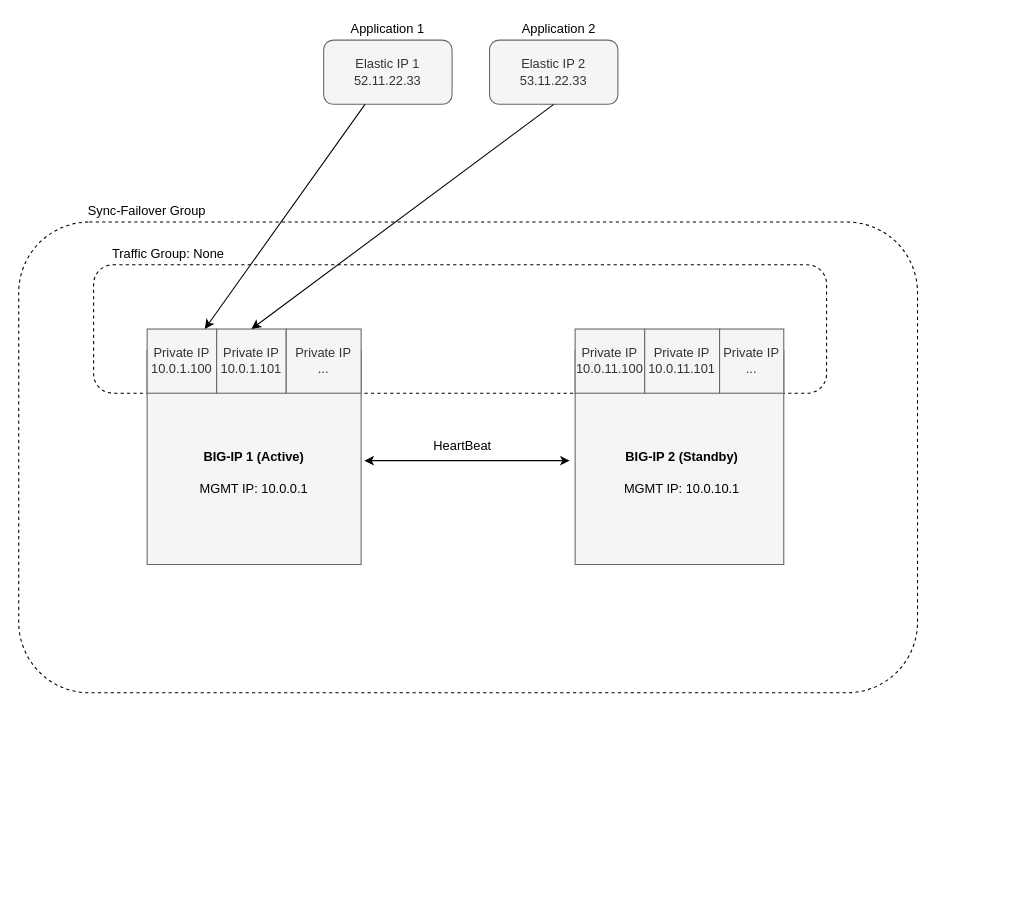
Before: contributing/images/src/GoogleFailoverExtensionHighLevelBefore.drawio.xml in F5Networks/f5-cloud-failover-extension, a draw.io diagram. Source tidied: cells renumbered, new cells numbered last; positions are measured from the earlier drawing's top-left corner, leaving out a move shared by most shapes. Both pictures are drawn from the tidied source at 107%, with x=0, y=0 at pixel (18, 18).
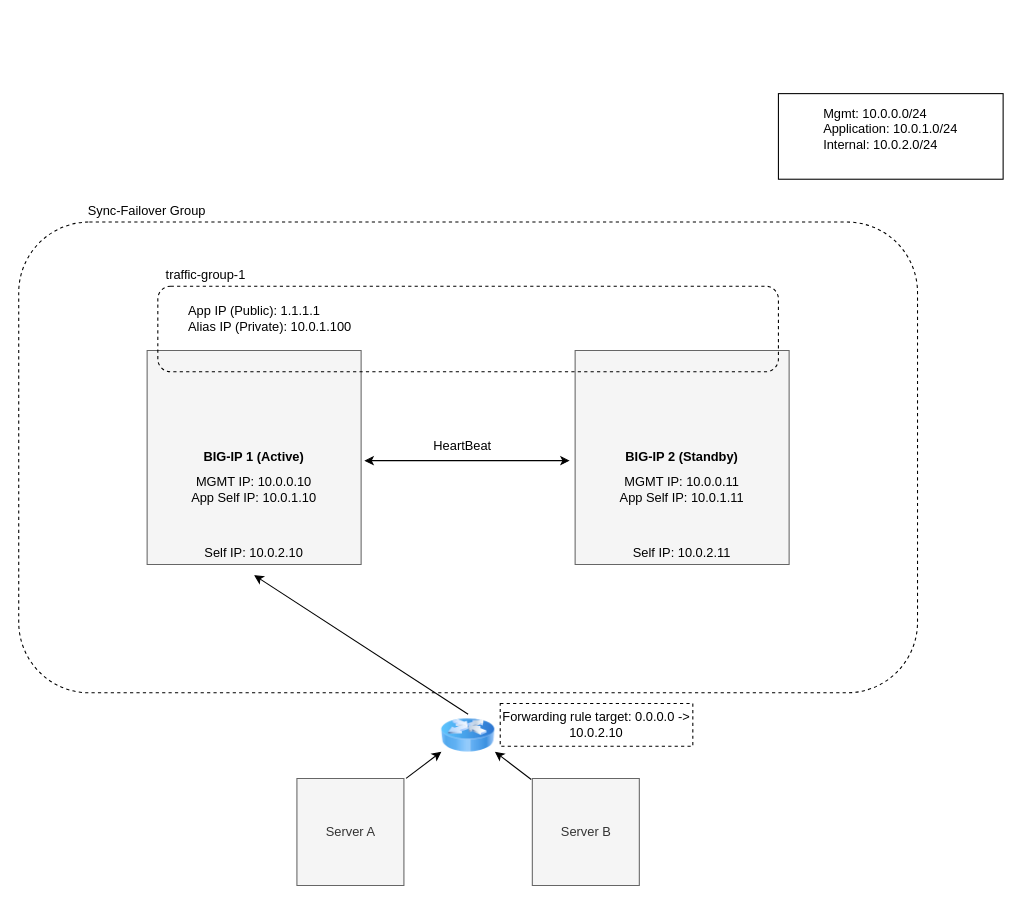
After the change.

Change to the diagram source:
```diff
@@
-    <mxCell id="2" style="rounded=1;whiteSpace=wrap;html=1;dashed=1;fillColor=none;" parent="1" vertex="1">
-      <mxGeometry x="70" y="230" width="685" height="120" as="geometry" />
-    </mxCell>
-    <mxCell id="3" style="rounded=1;whiteSpace=wrap;html=1;dashed=1;fillColor=none;" parent="1" vertex="1">
-      <mxGeometry y="190" width="840" height="440" as="geometry" />
-    </mxCell>
-    <mxCell id="4" style="verticalLabelPosition=bottom;verticalAlign=top;html=1;shape=mxgraph.basic.rect;fillColor=#f5f5f5;fillColor2=none;strokeColor=#666666;strokeWidth=1;size=20;indent=5;fontColor=#333333;" parent="1" vertex="1">
-      <mxGeometry x="120" y="310" width="200" height="200" as="geometry" />
-    </mxCell>
-    <mxCell id="5" style="verticalLabelPosition=bottom;verticalAlign=top;html=1;shape=mxgraph.basic.rect;fillColor=#f5f5f5;fillColor2=none;strokeColor=#666666;strokeWidth=1;size=20;indent=5;fontColor=#333333;" parent="1" vertex="1">
-      <mxGeometry x="520" y="310" width="195" height="200" as="geometry" />
-    </mxCell>
-    <mxCell id="6" style="endArrow=classic;startArrow=classic;html=1;exitX=1.015;exitY=0.515;exitDx=0;exitDy=0;exitPerimeter=0;" parent="1" edge="1" source="4">
-      <mxGeometry relative="1" as="geometry">
-        <mxPoint x="515" y="413" as="targetPoint" />
-      </mxGeometry>
-    </mxCell>
+    <mxCell id="26" style="rounded=1;whiteSpace=wrap;html=1;dashed=1;fillColor=none;" parent="1" vertex="1">
+      <mxGeometry y="190" width="840" height="440" as="geometry" />
+    </mxCell>
+    <mxCell id="27" style="verticalLabelPosition=bottom;verticalAlign=top;html=1;shape=mxgraph.basic.rect;fillColor=#f5f5f5;fillColor2=none;strokeColor=#666666;strokeWidth=1;size=20;indent=5;fontColor=#333333;" parent="1" vertex="1">
+      <mxGeometry x="120" y="310" width="200" height="200" as="geometry" />
+    </mxCell>
+    <mxCell id="28" style="verticalLabelPosition=bottom;verticalAlign=top;html=1;shape=mxgraph.basic.rect;fillColor=#f5f5f5;fillColor2=none;strokeColor=#666666;strokeWidth=1;size=20;indent=5;fontColor=#333333;" parent="1" vertex="1">
+      <mxGeometry x="520" y="310" width="200" height="200" as="geometry" />
+    </mxCell>
+    <mxCell id="29" style="endArrow=classic;startArrow=classic;html=1;exitX=1.015;exitY=0.515;exitDx=0;exitDy=0;exitPerimeter=0;" parent="1" edge="1" source="27">
+      <mxGeometry relative="1" as="geometry">
+        <mxPoint x="515" y="413" as="targetPoint" />
+      </mxGeometry>
+    </mxCell>
@@
+    <mxCell id="30" value="&lt;div style=&quot;text-align: left&quot;&gt;Mgmt: 10.0.0.0/24&lt;/div&gt;&lt;div style=&quot;text-align: left&quot;&gt;Application: 10.0.1.0/24&lt;/div&gt;&lt;div style=&quot;text-align: left&quot;&gt;Internal: 10.0.2.0/24&lt;/div&gt;&lt;br&gt;" style="text;html=1;strokeColor=#000000;fillColor=none;align=center;verticalAlign=middle;whiteSpace=wrap;rounded=0;" parent="1" vertex="1">
+      <mxGeometry x="710" y="70" width="210" height="80" as="geometry" />
+    </mxCell>
@@
-    <mxCell id="9" value="MGMT IP: 10.0.0.1" style="text;html=1;strokeColor=none;fillColor=none;align=center;verticalAlign=middle;whiteSpace=wrap;rounded=0;" parent="1" vertex="1">
-      <mxGeometry x="160" y="420" width="120" height="40" as="geometry" />
-    </mxCell>
-    <mxCell id="10" value="MGMT IP: 10.0.10.1" style="text;html=1;strokeColor=none;fillColor=none;align=center;verticalAlign=middle;whiteSpace=wrap;rounded=0;" parent="1" vertex="1">
-      <mxGeometry x="560" y="420" width="120" height="40" as="geometry" />
-    </mxCell>
+    <mxCell id="31" value="MGMT IP: 10.0.0.10&lt;br&gt;App Self IP: 10.0.1.10&lt;br&gt;" style="text;html=1;strokeColor=none;fillColor=none;align=center;verticalAlign=middle;whiteSpace=wrap;rounded=0;" parent="1" vertex="1">
+      <mxGeometry x="160" y="420" width="120" height="40" as="geometry" />
+    </mxCell>
+    <mxCell id="32" value="MGMT IP: 10.0.0.11&lt;br&gt;App Self IP: 10.0.1.11&lt;br&gt;" style="text;html=1;strokeColor=none;fillColor=none;align=center;verticalAlign=middle;whiteSpace=wrap;rounded=0;" parent="1" vertex="1">
+      <mxGeometry x="560" y="420" width="120" height="40" as="geometry" />
+    </mxCell>
@@
+    <mxCell id="33" value="traffic-group-1" style="text;html=1;strokeColor=none;fillColor=none;align=center;verticalAlign=middle;whiteSpace=wrap;rounded=0;dashed=1;" parent="1" vertex="1">
+      <mxGeometry x="130" y="230" width="90" height="20" as="geometry" />
+    </mxCell>
+    <mxCell id="34" style="rounded=1;whiteSpace=wrap;html=1;strokeColor=#000000;fillColor=none;dashed=1;" parent="1" vertex="1">
+      <mxGeometry x="130" y="250" width="580" height="80" as="geometry" />
+    </mxCell>
+    <mxCell id="35" value="&lt;div style=&quot;text-align: left&quot;&gt;App IP (Public): 1.1.1.1&lt;br&gt;&lt;/div&gt;&lt;div&gt;&lt;div style=&quot;text-align: left&quot;&gt;Alias IP (Private): 10.0.1.100&lt;/div&gt;&lt;/div&gt;" style="text;html=1;strokeColor=none;fillColor=none;align=center;verticalAlign=middle;whiteSpace=wrap;rounded=0;dashed=1;" parent="1" vertex="1">
+      <mxGeometry x="130" y="260" width="210" height="40" as="geometry" />
+    </mxCell>
@@
-    <mxCell id="13" value="Private IP&lt;br&gt;10.0.1.100" style="rounded=0;whiteSpace=wrap;html=1;fillColor=#f5f5f5;strokeColor=#666666;fontColor=#333333;" parent="1" vertex="1">
-      <mxGeometry x="120" y="290" width="65" height="60" as="geometry" />
-    </mxCell>
-    <mxCell id="14" value="Private IP&lt;br&gt;10.0.1.101" style="rounded=0;whiteSpace=wrap;html=1;fillColor=#f5f5f5;strokeColor=#666666;fontColor=#333333;" parent="1" vertex="1">
-      <mxGeometry x="185" y="290" width="65" height="60" as="geometry" />
-    </mxCell>
-    <mxCell id="15" value="Private IP&lt;br&gt;..." style="rounded=0;whiteSpace=wrap;html=1;fillColor=#f5f5f5;strokeColor=#666666;fontColor=#333333;" parent="1" vertex="1">
-      <mxGeometry x="250" y="290" width="70" height="60" as="geometry" />
-    </mxCell>
-    <mxCell id="16" value="Private IP&lt;br&gt;10.0.11.100" style="rounded=0;whiteSpace=wrap;html=1;fillColor=#f5f5f5;strokeColor=#666666;fontColor=#333333;" parent="1" vertex="1">
-      <mxGeometry x="520" y="290" width="65" height="60" as="geometry" />
-    </mxCell>
-    <mxCell id="17" value="Private IP&lt;br&gt;10.0.11.101" style="rounded=0;whiteSpace=wrap;html=1;fillColor=#f5f5f5;strokeColor=#666666;fontColor=#333333;" parent="1" vertex="1">
-      <mxGeometry x="585" y="290" width="70" height="60" as="geometry" />
-    </mxCell>
-    <mxCell id="18" value="Private IP&lt;br&gt;..." style="rounded=0;whiteSpace=wrap;html=1;fillColor=#f5f5f5;strokeColor=#666666;fontColor=#333333;" parent="1" vertex="1">
-      <mxGeometry x="655" y="290" width="60" height="60" as="geometry" />
-    </mxCell>
-    <mxCell id="19" value="Elastic IP 1&lt;br&gt;52.11.22.33" style="rounded=1;whiteSpace=wrap;html=1;fillColor=#f5f5f5;strokeColor=#666666;fontColor=#333333;" parent="1" vertex="1">
-      <mxGeometry x="285" y="20" width="120" height="60" as="geometry" />
-    </mxCell>
-    <mxCell id="20" value="Elastic IP 2&lt;br&gt;53.11.22.33" style="rounded=1;whiteSpace=wrap;html=1;fillColor=#f5f5f5;strokeColor=#666666;fontColor=#333333;" parent="1" vertex="1">
-      <mxGeometry x="440" y="20" width="120" height="60" as="geometry" />
-    </mxCell>
-    <mxCell id="21" style="endArrow=classic;html=1;" parent="1" edge="1" source="19" target="13">
-      <mxGeometry relative="1" as="geometry" />
-    </mxCell>
-    <mxCell id="22" style="endArrow=classic;html=1;exitX=0.5;exitY=1;exitDx=0;exitDy=0;entryX=0.5;entryY=0;entryDx=0;entryDy=0;" parent="1" edge="1" source="20" target="14">
-      <mxGeometry relative="1" as="geometry" />
-    </mxCell>
-    <mxCell id="23" value="Traffic Group: None" style="text;html=1;strokeColor=none;fillColor=none;align=center;verticalAlign=middle;whiteSpace=wrap;rounded=0;dashed=1;" parent="1" vertex="1">
-      <mxGeometry x="45" y="210" width="190" height="20" as="geometry" />
-    </mxCell>
-    <mxCell id="24" value="Application 1" style="text;html=1;strokeColor=none;fillColor=none;align=center;verticalAlign=middle;whiteSpace=wrap;rounded=0;dashed=1;" parent="1" vertex="1">
-      <mxGeometry x="300" width="90" height="20" as="geometry" />
-    </mxCell>
-    <mxCell id="25" value="Application 2" style="text;html=1;strokeColor=none;fillColor=none;align=center;verticalAlign=middle;whiteSpace=wrap;rounded=0;dashed=1;" parent="1" vertex="1">
-      <mxGeometry x="465" width="80" height="20" as="geometry" />
-    </mxCell>
+    <mxCell id="36" value="Server A" style="verticalLabelPosition=middle;verticalAlign=middle;html=1;shape=mxgraph.basic.rect;fillColor=#f5f5f5;fillColor2=none;strokeColor=#666666;strokeWidth=1;size=20;indent=5;fontColor=#333333;labelPosition=center;align=center;" parent="1" vertex="1">
+      <mxGeometry x="260" y="710" width="100" height="100" as="geometry" />
+    </mxCell>
+    <mxCell id="37" value="Server B" style="verticalLabelPosition=middle;verticalAlign=middle;html=1;shape=mxgraph.basic.rect;fillColor=#f5f5f5;fillColor2=none;strokeColor=#666666;strokeWidth=1;size=20;indent=5;fontColor=#333333;labelPosition=center;align=center;" parent="1" vertex="1">
+      <mxGeometry x="480" y="710" width="100" height="100" as="geometry" />
+    </mxCell>
+    <mxCell id="38" style="image;html=1;labelBackgroundColor=#ffffff;image=img/lib/clip_art/networking/Router_Icon_128x128.png;" parent="1" vertex="1">
+      <mxGeometry x="395" y="640" width="50" height="60" as="geometry" />
+    </mxCell>
+    <mxCell id="39" value="Self IP: 10.0.2.10&lt;br&gt;" style="text;html=1;strokeColor=none;fillColor=none;align=center;verticalAlign=middle;whiteSpace=wrap;rounded=0;" parent="1" vertex="1">
+      <mxGeometry x="160" y="480" width="120" height="40" as="geometry" />
+    </mxCell>
+    <mxCell id="40" value="Self IP: 10.0.2.11&lt;br&gt;" style="text;html=1;strokeColor=none;fillColor=none;align=center;verticalAlign=middle;whiteSpace=wrap;rounded=0;" parent="1" vertex="1">
+      <mxGeometry x="560" y="480" width="120" height="40" as="geometry" />
+    </mxCell>
+    <mxCell id="41" style="endArrow=classic;html=1;exitX=1.02;exitY=0;exitDx=0;exitDy=0;exitPerimeter=0;entryX=0;entryY=0.75;entryDx=0;entryDy=0;" parent="1" edge="1" source="36" target="38">
+      <mxGeometry relative="1" as="geometry" />
+    </mxCell>
+    <mxCell id="42" style="endArrow=classic;html=1;" parent="1" edge="1">
+      <mxGeometry relative="1" as="geometry">
+        <mxPoint x="479" y="711" as="sourcePoint" />
+        <mxPoint x="445" y="685" as="targetPoint" />
+      </mxGeometry>
+    </mxCell>
+    <mxCell id="43" style="endArrow=classic;html=1;entryX=0.5;entryY=1;entryDx=0;entryDy=0;" parent="1" edge="1" target="39">
+      <mxGeometry relative="1" as="geometry">
+        <mxPoint x="420" y="650" as="sourcePoint" />
+      </mxGeometry>
+    </mxCell>
+    <mxCell id="44" value="Forwarding rule target: 0.0.0.0 -&amp;gt; 10.0.2.10" style="rounded=0;whiteSpace=wrap;html=1;dashed=1;fillColor=none;" parent="1" vertex="1">
+      <mxGeometry x="450" y="640" width="180" height="40" as="geometry" />
+    </mxCell>
```
